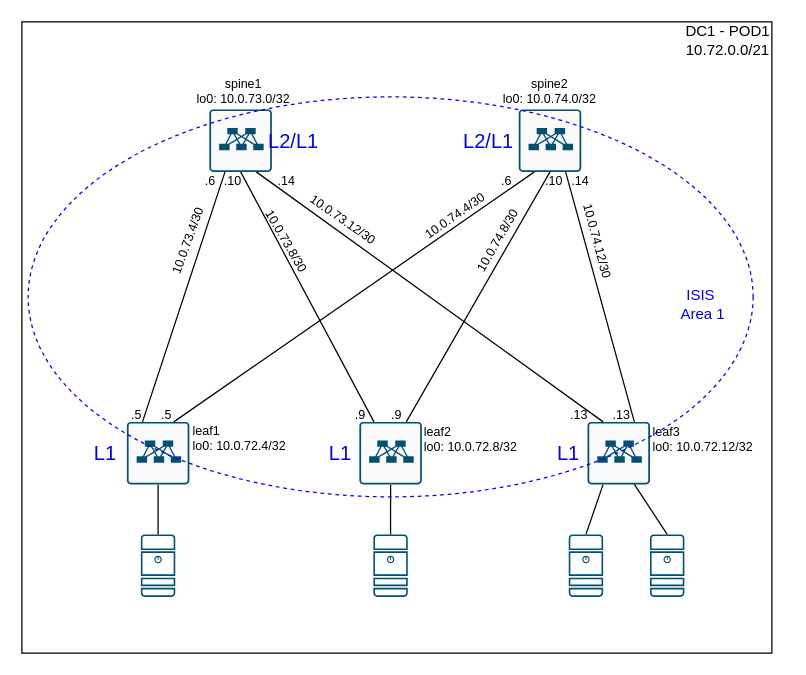
Above: page "ISIS" (3 of 4) of DC-Network.drawio in anburtsev/otus-dc-network-design (draw.io), before the change. Source tidied: cells renumbered, new cells numbered last; positions are measured from the earlier drawing's top-left corner, leaving out a move shared by most shapes. Both pictures are drawn from the tidied source at 125%, with x=0, y=0 at pixel (21, 21).
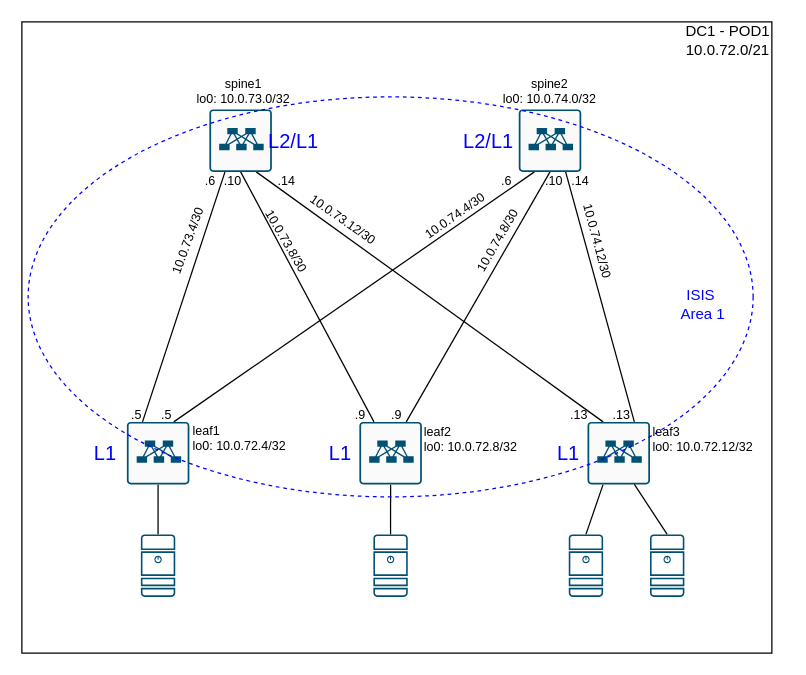
After the change.

Diff of the diagram source:
```diff
@@
-    <mxCell id="22" value="DC1 - POD1&lt;br&gt;10.72.0.0/21" style="text;html=1;strokeColor=none;fillColor=none;align=center;verticalAlign=middle;whiteSpace=wrap;rounded=0;fillStyle=auto;" parent="1" vertex="1">
+    <mxCell id="22" value="DC1 - POD1&lt;br&gt;10.0.72.0/21" style="text;html=1;strokeColor=none;fillColor=none;align=center;verticalAlign=middle;whiteSpace=wrap;rounded=0;fillStyle=auto;" parent="1" vertex="1">
       <mxGeometry x="520" width="90" height="30" as="geometry" />
     </mxCell>
```
